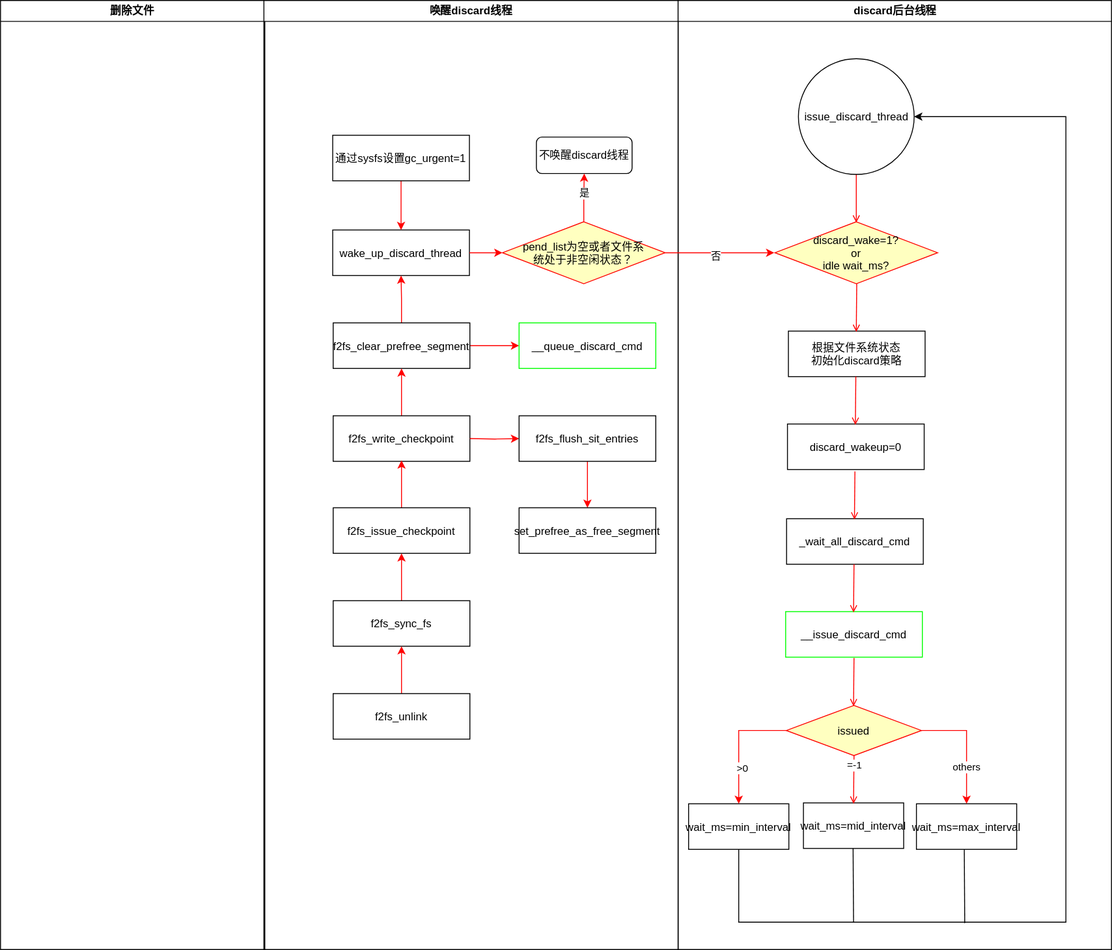
Before: f2fs_discard流程图.drawio.svg, a diagram exported from draw.io (lz111676/Drawing-Bed). Source tidied: cells renumbered, new cells last; positions are measured from the earlier drawing's top-left corner, leaving out a move shared by most shapes.
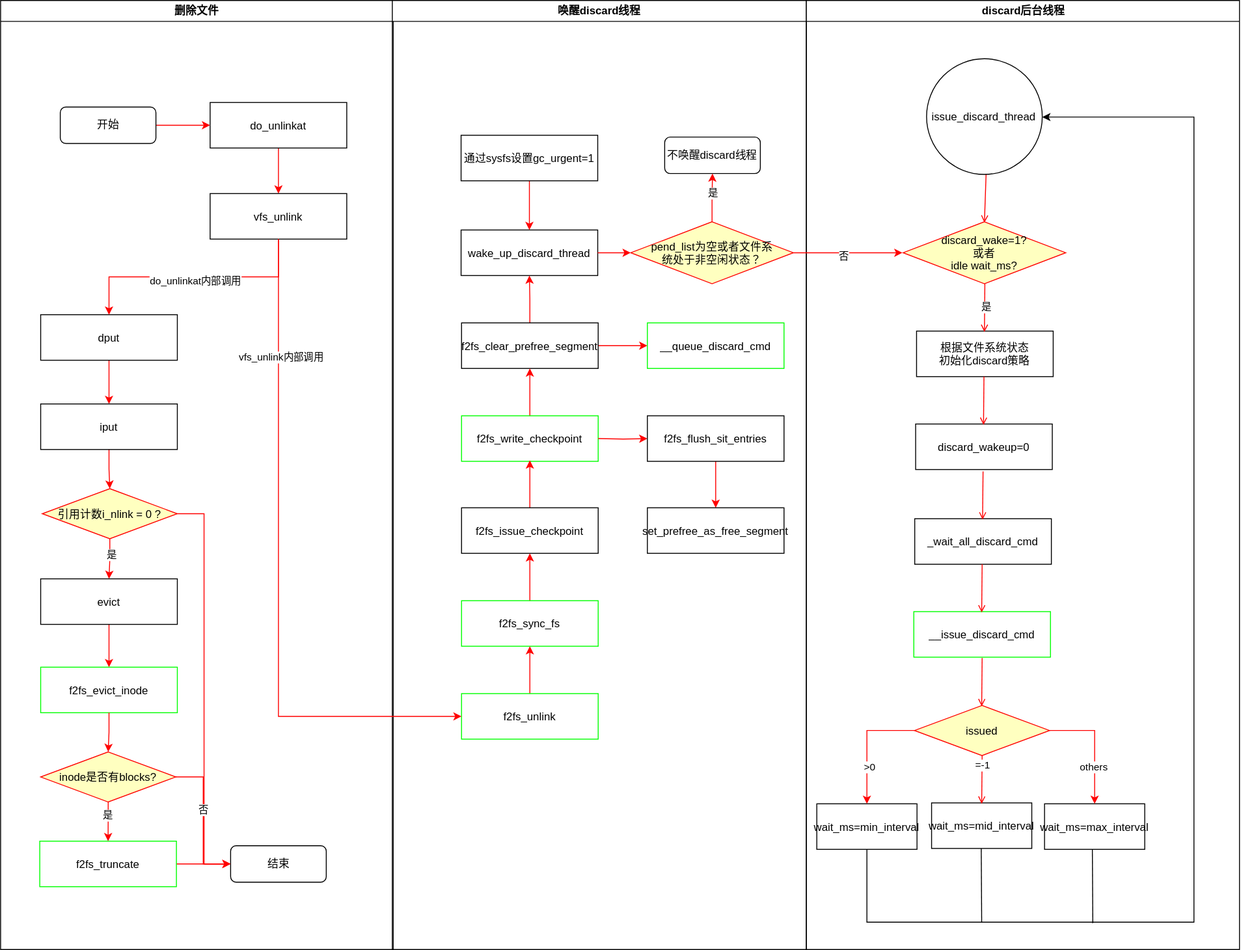
The same diagram one commit later.

Commit message:
更新f2fs_discard流程图.drawio.svg

Diff of the diagram source:
```diff
@@ -3,8 +3,47 @@
     <mxCell id="0" />
     <mxCell id="1" parent="0" />
     <mxCell id="2" value="删除文件" style="swimlane;whiteSpace=wrap;" parent="1" vertex="1">
-      <mxGeometry width="290" height="1042" as="geometry" />
+      <mxGeometry x="-141" width="431" height="1042" as="geometry" />
     </mxCell>
+    <mxCell id="56" style="edgeStyle=orthogonalEdgeStyle;rounded=0;jettySize=auto;html=1;exitX=0.5;exitY=1;exitDx=0;exitDy=0;entryX=0.5;entryY=0;entryDx=0;entryDy=0;strokeColor=#FF0000;" parent="2" edge="1" source="57" target="58">
+      <mxGeometry relative="1" as="geometry" />
+    </mxCell>
+    <mxCell id="57" value="do_unlinkat" parent="2" vertex="1">
+      <mxGeometry x="230" y="112" width="150" height="50" as="geometry" />
+    </mxCell>
+    <mxCell id="58" value="vfs_unlink" parent="2" vertex="1">
+      <mxGeometry x="230" y="212" width="150" height="50" as="geometry" />
+    </mxCell>
+    <mxCell id="59" style="edgeStyle=orthogonalEdgeStyle;rounded=0;jettySize=auto;html=1;exitX=0.5;exitY=1;exitDx=0;exitDy=0;entryX=0.5;entryY=0;entryDx=0;entryDy=0;strokeColor=#FF0000;" parent="2" edge="1" source="62" target="68">
+      <mxGeometry relative="1" as="geometry" />
+    </mxCell>
+    <mxCell id="60" value="是" style="edgeLabel;html=1;align=center;verticalAlign=middle;" parent="59" vertex="1">
+      <mxGeometry x="-0.21" y="2" relative="1" as="geometry" />
+    </mxCell>
+    <mxCell id="61" style="edgeStyle=orthogonalEdgeStyle;rounded=0;jettySize=auto;html=1;exitX=1;exitY=0.5;exitDx=0;exitDy=0;entryX=0;entryY=0.5;entryDx=0;entryDy=0;strokeColor=#FF0000;" parent="2" edge="1" source="62" target="64">
+      <mxGeometry relative="1" as="geometry" />
+    </mxCell>
+    <mxCell id="62" value="引用计数i_nlink = 0 ?" style="rhombus;fillColor=#ffffc0;strokeColor=#ff0000;" parent="2" vertex="1">
+      <mxGeometry x="45.8" y="536" width="148.2" height="55" as="geometry" />
+    </mxCell>
+    <mxCell id="63" value="f2fs_evict_inode" style="strokeColor=#00FF00;" parent="2" vertex="1">
+      <mxGeometry x="44" y="732" width="150" height="50" as="geometry" />
+    </mxCell>
+    <mxCell id="64" value="结束" style="rounded=1;whiteSpace=wrap;html=1;" parent="2" vertex="1">
+      <mxGeometry x="252.5" y="928" width="105" height="40" as="geometry" />
+    </mxCell>
+    <mxCell id="65" style="edgeStyle=orthogonalEdgeStyle;rounded=0;jettySize=auto;html=1;exitX=1;exitY=0.5;exitDx=0;exitDy=0;entryX=0;entryY=0.5;entryDx=0;entryDy=0;strokeColor=#FF0000;" parent="2" edge="1" source="66" target="57">
+      <mxGeometry relative="1" as="geometry" />
+    </mxCell>
+    <mxCell id="66" value="开始" style="rounded=1;whiteSpace=wrap;html=1;" parent="2" vertex="1">
+      <mxGeometry x="65.5" y="117" width="105" height="40" as="geometry" />
+    </mxCell>
+    <mxCell id="67" style="edgeStyle=orthogonalEdgeStyle;rounded=0;jettySize=auto;html=1;exitX=0.5;exitY=1;exitDx=0;exitDy=0;entryX=0.5;entryY=0;entryDx=0;entryDy=0;strokeColor=#FF0000;" parent="2" edge="1" source="68" target="63">
+      <mxGeometry relative="1" as="geometry" />
+    </mxCell>
+    <mxCell id="68" value="evict" parent="2" vertex="1">
+      <mxGeometry x="44" y="635" width="150" height="50" as="geometry" />
+    </mxCell>
     <mxCell id="3" value="唤醒discard线程" style="swimlane;whiteSpace=wrap;" parent="1" vertex="1">
       <mxGeometry x="289" width="454.5" height="1042" as="geometry" />
     </mxCell>
@@ -31,7 +70,7 @@
     <mxCell id="10" value="issue_discard_thread" style="ellipse;whiteSpace=wrap;html=1;" parent="8" vertex="1">
       <mxGeometry x="132" y="64" width="127" height="127" as="geometry" />
     </mxCell>
-    <mxCell id="11" value="discard_wake=1?&#10;or &#10;idle wait_ms?" style="rhombus;fillColor=#ffffc0;strokeColor=#ff0000;" parent="8" vertex="1">
+    <mxCell id="11" value="discard_wake=1?&#10;或者&#10;idle wait_ms?" style="rhombus;fillColor=#ffffc0;strokeColor=#ff0000;" parent="8" vertex="1">
       <mxGeometry x="106.2" y="243" width="178.5" height="68" as="geometry" />
     </mxCell>
     <mxCell id="12" value="根据文件系统状态&#10;初始化discard策略" parent="8" vertex="1">
@@ -55,6 +94,9 @@
         <mxPoint x="939" y="364" as="targetPoint" />
       </mxGeometry>
     </mxCell>
+    <mxCell id="69" value="是" style="edgeLabel;html=1;align=center;verticalAlign=middle;" parent="16" vertex="1">
+      <mxGeometry x="-0.02" y="1" relative="1" as="geometry" />
+    </mxCell>
     <mxCell id="17" value="discard_wakeup=0" parent="1" vertex="1">
       <mxGeometry x="863.5" y="465" width="150" height="50" as="geometry" />
     </mxCell>
@@ -145,7 +187,7 @@
         <mxPoint x="440" y="404" as="targetPoint" />
       </mxGeometry>
     </mxCell>
-    <mxCell id="38" value="f2fs_write_checkpoint" parent="1" vertex="1">
+    <mxCell id="38" value="f2fs_write_checkpoint" style="strokeColor=#00FF00;" parent="1" vertex="1">
       <mxGeometry x="365" y="456" width="150" height="50" as="geometry" />
     </mxCell>
     <mxCell id="39" style="edgeStyle=orthogonalEdgeStyle;rounded=0;jettySize=auto;html=1;exitX=0.5;exitY=0;exitDx=0;exitDy=0;entryX=0.5;entryY=1;entryDx=0;entryDy=0;strokeColor=#FF0000;" parent="1" edge="1" source="40">
@@ -161,7 +203,7 @@
         <mxPoint x="440" y="607" as="targetPoint" />
       </mxGeometry>
     </mxCell>
-    <mxCell id="42" value="f2fs_sync_fs" parent="1" vertex="1">
+    <mxCell id="42" value="f2fs_sync_fs" style="strokeColor=#00FF00;" parent="1" vertex="1">
       <mxGeometry x="365" y="659" width="150" height="50" as="geometry" />
     </mxCell>
     <mxCell id="43" value="__queue_discard_cmd" style="strokeColor=#00FF00;" parent="1" vertex="1">
@@ -186,7 +228,7 @@
         <mxPoint x="440" y="709" as="targetPoint" />
       </mxGeometry>
     </mxCell>
-    <mxCell id="49" value="f2fs_unlink" parent="1" vertex="1">
+    <mxCell id="49" value="f2fs_unlink" style="strokeColor=#00FF00;" parent="1" vertex="1">
       <mxGeometry x="365" y="761" width="150" height="50" as="geometry" />
     </mxCell>
     <mxCell id="50" style="edgeStyle=orthogonalEdgeStyle;rounded=0;jettySize=auto;html=1;exitX=1;exitY=0.5;exitDx=0;exitDy=0;strokeColor=#FF0000;" parent="1" edge="1" source="54">
@@ -211,5 +253,53 @@
     <mxCell id="55" style="edgeStyle=orthogonalEdgeStyle;rounded=0;jettySize=auto;html=1;exitX=1;exitY=0.5;exitDx=0;exitDy=0;entryX=0;entryY=0.5;entryDx=0;entryDy=0;strokeColor=#FF0000;" parent="1" edge="1" source="4" target="54">
       <mxGeometry relative="1" as="geometry" />
     </mxCell>
+    <mxCell id="70" style="edgeStyle=orthogonalEdgeStyle;rounded=0;jettySize=auto;html=1;exitX=0.5;exitY=1;exitDx=0;exitDy=0;entryX=0;entryY=0.5;entryDx=0;entryDy=0;strokeColor=#FF0000;" parent="1" edge="1" source="58" target="49">
+      <mxGeometry relative="1" as="geometry" />
+    </mxCell>
+    <mxCell id="71" value="vfs_unlink内部调用" style="edgeLabel;html=1;align=center;verticalAlign=middle;" parent="70" vertex="1">
+      <mxGeometry x="-0.64" y="3" relative="1" as="geometry" />
+    </mxCell>
+    <mxCell id="72" style="edgeStyle=orthogonalEdgeStyle;rounded=0;jettySize=auto;html=1;exitX=0.5;exitY=1;exitDx=0;exitDy=0;entryX=0.5;entryY=0;entryDx=0;entryDy=0;strokeColor=#FF0000;" parent="1" edge="1" source="73" target="77">
+      <mxGeometry relative="1" as="geometry" />
+    </mxCell>
+    <mxCell id="73" value="dput" parent="1" vertex="1">
+      <mxGeometry x="-97" y="345" width="150" height="50" as="geometry" />
+    </mxCell>
+    <mxCell id="74" style="edgeStyle=orthogonalEdgeStyle;rounded=0;jettySize=auto;html=1;exitX=0.5;exitY=1;exitDx=0;exitDy=0;entryX=0.5;entryY=0;entryDx=0;entryDy=0;strokeColor=#FF0000;" parent="1" edge="1" source="58" target="73">
+      <mxGeometry relative="1" as="geometry" />
+    </mxCell>
+    <mxCell id="75" value="do_unlinkat内部调用" style="edgeLabel;html=1;align=center;verticalAlign=middle;" parent="74" vertex="1">
+      <mxGeometry x="-0.01" y="4" relative="1" as="geometry" />
+    </mxCell>
+    <mxCell id="76" style="edgeStyle=orthogonalEdgeStyle;rounded=0;jettySize=auto;html=1;exitX=0.5;exitY=1;exitDx=0;exitDy=0;entryX=0.5;entryY=0;entryDx=0;entryDy=0;strokeColor=#FF0000;" parent="1" edge="1" source="77" target="62">
+      <mxGeometry relative="1" as="geometry" />
+    </mxCell>
+    <mxCell id="77" value="iput" parent="1" vertex="1">
+      <mxGeometry x="-97" y="443" width="150" height="50" as="geometry" />
+    </mxCell>
+    <mxCell id="78" style="edgeStyle=orthogonalEdgeStyle;rounded=0;jettySize=auto;html=1;exitX=0.5;exitY=1;exitDx=0;exitDy=0;entryX=0.5;entryY=0;entryDx=0;entryDy=0;strokeColor=#FF0000;" parent="1" edge="1" source="82" target="84">
+      <mxGeometry relative="1" as="geometry" />
+    </mxCell>
+    <mxCell id="79" value="是" style="edgeLabel;html=1;align=center;verticalAlign=middle;" parent="78" vertex="1">
+      <mxGeometry x="-0.29" y="-1" relative="1" as="geometry" />
+    </mxCell>
+    <mxCell id="80" style="edgeStyle=orthogonalEdgeStyle;rounded=0;jettySize=auto;html=1;exitX=1;exitY=0.5;exitDx=0;exitDy=0;entryX=0;entryY=0.5;entryDx=0;entryDy=0;strokeColor=#FF0000;" parent="1" edge="1" source="82" target="64">
+      <mxGeometry relative="1" as="geometry" />
+    </mxCell>
+    <mxCell id="81" value="否" style="edgeLabel;html=1;align=center;verticalAlign=middle;" parent="80" vertex="1">
+      <mxGeometry x="-0.15" relative="1" as="geometry" />
+    </mxCell>
+    <mxCell id="82" value="inode是否有blocks?" style="rhombus;fillColor=#ffffc0;strokeColor=#ff0000;" parent="1" vertex="1">
+      <mxGeometry x="-97" y="825" width="148.2" height="55" as="geometry" />
+    </mxCell>
+    <mxCell id="83" style="edgeStyle=orthogonalEdgeStyle;rounded=0;jettySize=auto;html=1;exitX=1;exitY=0.5;exitDx=0;exitDy=0;entryX=0;entryY=0.5;entryDx=0;entryDy=0;strokeColor=#FF0000;" parent="1" edge="1" source="84" target="64">
+      <mxGeometry relative="1" as="geometry" />
+    </mxCell>
+    <mxCell id="84" value="f2fs_truncate" style="strokeColor=#00FF00;" parent="1" vertex="1">
+      <mxGeometry x="-98" y="923" width="150" height="50" as="geometry" />
+    </mxCell>
+    <mxCell id="85" style="edgeStyle=orthogonalEdgeStyle;rounded=0;jettySize=auto;html=1;exitX=0.5;exitY=1;exitDx=0;exitDy=0;entryX=0.5;entryY=0;entryDx=0;entryDy=0;strokeColor=#FF0000;" parent="1" edge="1" source="63" target="82">
+      <mxGeometry relative="1" as="geometry" />
+    </mxCell>
   </root>
 </mxGraphModel>
```
